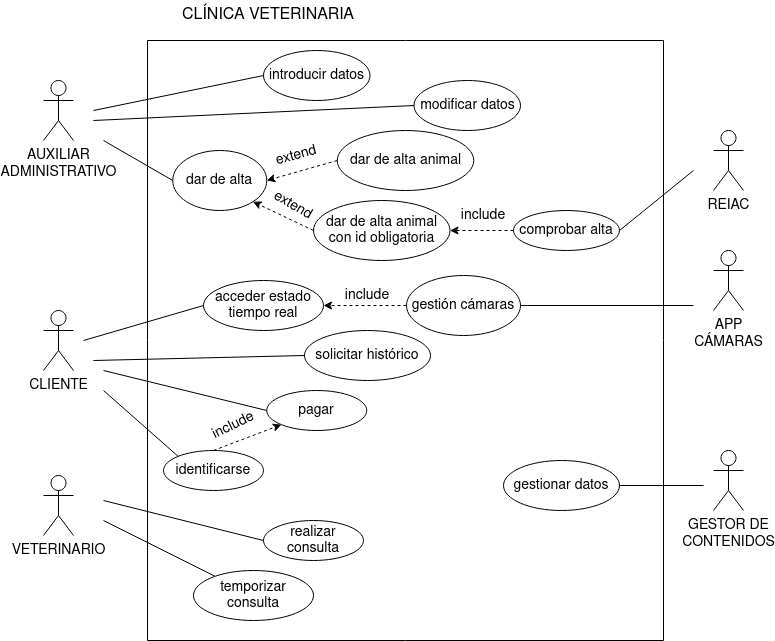
The draw.io diagram diagramas-cu/tarea1/diagramas_cu1.png in javigh193/ets, before a commit. Source tidied: cells renumbered, new cells last; positions are measured from the earlier drawing's top-left corner, leaving out a move shared by most shapes. The source it was exported from:
```xml
<mxGraphModel background="#FFFFFF">
  <root>
    <mxCell id="0" />
    <mxCell id="1" parent="0" />
    <mxCell id="2" value="&lt;div style=&quot;font-size: 14px;&quot;&gt;&lt;font style=&quot;font-size: 14px;&quot;&gt;AUXILIAR&lt;/font&gt;&lt;/div&gt;&lt;div style=&quot;font-size: 14px;&quot;&gt;&lt;font style=&quot;font-size: 14px;&quot;&gt;ADMINISTRATIVO&lt;br&gt;&lt;/font&gt;&lt;/div&gt;" style="shape=umlActor;verticalLabelPosition=bottom;verticalAlign=top;html=1;" parent="1" vertex="1">
      <mxGeometry y="80" width="30" height="60" as="geometry" />
    </mxCell>
    <mxCell id="3" value="VETERINARIO" style="shape=umlActor;verticalLabelPosition=bottom;verticalAlign=top;html=1;fontSize=14;" parent="1" vertex="1">
      <mxGeometry y="475" width="30" height="60" as="geometry" />
    </mxCell>
    <mxCell id="4" value="CLIENTE" style="shape=umlActor;verticalLabelPosition=bottom;verticalAlign=top;html=1;fontSize=14;" parent="1" vertex="1">
      <mxGeometry y="310" width="30" height="60" as="geometry" />
    </mxCell>
    <mxCell id="5" value="&lt;div style=&quot;font-size: 14px;&quot;&gt;GESTOR DE &lt;br style=&quot;font-size: 14px;&quot;&gt;&lt;/div&gt;&lt;div style=&quot;font-size: 14px;&quot;&gt;CONTENIDOS&lt;/div&gt;" style="shape=umlActor;verticalLabelPosition=bottom;verticalAlign=top;html=1;fontSize=14;" parent="1" vertex="1">
      <mxGeometry x="670" y="450" width="30" height="60" as="geometry" />
    </mxCell>
    <mxCell id="6" value="REIAC" style="shape=umlActor;verticalLabelPosition=bottom;verticalAlign=top;html=1;fontSize=14;" parent="1" vertex="1">
      <mxGeometry x="670" y="130" width="30" height="60" as="geometry" />
    </mxCell>
    <mxCell id="7" value="&lt;div style=&quot;font-size: 14px;&quot;&gt;APP &lt;br style=&quot;font-size: 14px;&quot;&gt;&lt;/div&gt;&lt;div style=&quot;font-size: 14px;&quot;&gt;CÁMARAS&lt;/div&gt;" style="shape=umlActor;verticalLabelPosition=bottom;verticalAlign=top;html=1;fontSize=14;" parent="1" vertex="1">
      <mxGeometry x="670" y="250" width="30" height="60" as="geometry" />
    </mxCell>
    <mxCell id="8" value="CLÍNICA VETERINARIA" style="text;html=1;strokeColor=none;fillColor=none;align=center;verticalAlign=middle;whiteSpace=wrap;rounded=0;fontSize=16;" parent="1" vertex="1">
      <mxGeometry x="130" width="190" height="30" as="geometry" />
    </mxCell>
    <mxCell id="9" style="swimlane;startSize=0;fontSize=14;" parent="1" vertex="1">
      <mxGeometry x="104" y="40" width="516" height="600" as="geometry" />
    </mxCell>
    <mxCell id="10" value="introducir datos" style="ellipse;whiteSpace=wrap;html=1;align=center;fontSize=14;" parent="9" vertex="1">
      <mxGeometry x="116" y="10" width="106.5" height="50" as="geometry" />
    </mxCell>
    <mxCell id="11" value="modificar datos" style="ellipse;whiteSpace=wrap;html=1;align=center;fontSize=14;" parent="9" vertex="1">
      <mxGeometry x="266.5" y="40" width="106.5" height="50" as="geometry" />
    </mxCell>
    <mxCell id="12" value="gestionar datos" style="ellipse;whiteSpace=wrap;html=1;align=center;fontSize=14;" parent="9" vertex="1">
      <mxGeometry x="356" y="420" width="116" height="50" as="geometry" />
    </mxCell>
    <mxCell id="13" value="temporizar consulta" style="ellipse;whiteSpace=wrap;html=1;align=center;fontSize=14;" parent="9" vertex="1">
      <mxGeometry x="46" y="530" width="120" height="50" as="geometry" />
    </mxCell>
    <mxCell id="14" value="dar de alta " style="ellipse;whiteSpace=wrap;html=1;align=center;fontSize=14;" parent="9" vertex="1">
      <mxGeometry x="25.2" y="110" width="94" height="60" as="geometry" />
    </mxCell>
    <mxCell id="15" style="edgeStyle=orthogonalEdgeStyle;rounded=0;jettySize=auto;html=1;fontSize=14;dashed=1;" parent="9" edge="1" source="16" target="17">
      <mxGeometry relative="1" as="geometry" />
    </mxCell>
    <mxCell id="16" value="comprobar alta " style="ellipse;whiteSpace=wrap;html=1;align=center;fontSize=14;" parent="9" vertex="1">
      <mxGeometry x="366" y="170" width="106" height="40" as="geometry" />
    </mxCell>
    <mxCell id="17" value="&lt;div&gt;dar de alta animal con id obligatoria&lt;br&gt;&lt;/div&gt;" style="ellipse;whiteSpace=wrap;html=1;align=center;fontSize=14;" parent="9" vertex="1">
      <mxGeometry x="166" y="160" width="136.5" height="60" as="geometry" />
    </mxCell>
    <mxCell id="18" value="acceder estado tiempo real" style="ellipse;whiteSpace=wrap;html=1;align=center;fontSize=14;" parent="9" vertex="1">
      <mxGeometry x="56" y="240" width="120" height="50" as="geometry" />
    </mxCell>
    <mxCell id="19" value="include" style="text;html=1;strokeColor=none;fillColor=none;align=center;verticalAlign=middle;whiteSpace=wrap;rounded=0;fontSize=14;" parent="9" vertex="1">
      <mxGeometry x="306" y="160" width="60" height="30" as="geometry" />
    </mxCell>
    <mxCell id="20" value="pagar" style="ellipse;whiteSpace=wrap;html=1;align=center;fontSize=14;" parent="9" vertex="1">
      <mxGeometry x="119.2" y="350" width="100" height="40" as="geometry" />
    </mxCell>
    <mxCell id="21" value="realizar consulta" style="ellipse;whiteSpace=wrap;html=1;align=center;fontSize=14;" parent="9" vertex="1">
      <mxGeometry x="116" y="480" width="100" height="40" as="geometry" />
    </mxCell>
    <mxCell id="22" value="solicitar histórico" style="ellipse;whiteSpace=wrap;html=1;align=center;fontSize=14;" parent="9" vertex="1">
      <mxGeometry x="157" y="290" width="126" height="50" as="geometry" />
    </mxCell>
    <mxCell id="23" style="edgeStyle=orthogonalEdgeStyle;rounded=0;jettySize=auto;html=1;entryX=1;entryY=0.5;entryDx=0;entryDy=0;fontSize=14;dashed=1;" parent="9" edge="1" source="24" target="18">
      <mxGeometry relative="1" as="geometry" />
    </mxCell>
    <mxCell id="24" value="gestión cámaras" style="ellipse;whiteSpace=wrap;html=1;align=center;fontSize=14;" parent="9" vertex="1">
      <mxGeometry x="259" y="235" width="114" height="60" as="geometry" />
    </mxCell>
    <mxCell id="25" value="include" style="text;html=1;strokeColor=none;fillColor=none;align=center;verticalAlign=middle;whiteSpace=wrap;rounded=0;fontSize=14;" parent="9" vertex="1">
      <mxGeometry x="190" y="240" width="60" height="30" as="geometry" />
    </mxCell>
    <mxCell id="26" value="identificarse " style="ellipse;whiteSpace=wrap;html=1;align=center;fontSize=14;" parent="9" vertex="1">
      <mxGeometry x="16" y="410" width="100" height="40" as="geometry" />
    </mxCell>
    <mxCell id="27" style="endArrow=classic;html=1;rounded=0;fontSize=14;exitX=0.5;exitY=0;exitDx=0;exitDy=0;entryX=0;entryY=1;entryDx=0;entryDy=0;dashed=1;" parent="9" edge="1" source="26" target="20">
      <mxGeometry relative="1" as="geometry" />
    </mxCell>
    <mxCell id="28" value="include" style="text;html=1;strokeColor=none;fillColor=none;align=center;verticalAlign=middle;whiteSpace=wrap;rounded=0;fontSize=14;rotation=-26;" parent="9" vertex="1">
      <mxGeometry x="56" y="370" width="60" height="30" as="geometry" />
    </mxCell>
    <mxCell id="29" value="dar de alta animal" style="ellipse;whiteSpace=wrap;html=1;align=center;fontSize=14;" parent="9" vertex="1">
      <mxGeometry x="189.8" y="90" width="136.5" height="60" as="geometry" />
    </mxCell>
    <mxCell id="30" style="endArrow=classic;html=1;rounded=0;fontSize=14;exitX=0;exitY=0.5;exitDx=0;exitDy=0;entryX=1;entryY=0.5;entryDx=0;entryDy=0;dashed=1;" parent="9" edge="1" source="29" target="14">
      <mxGeometry relative="1" as="geometry" />
    </mxCell>
    <mxCell id="31" style="endArrow=classic;html=1;rounded=0;fontSize=14;exitX=0;exitY=0.5;exitDx=0;exitDy=0;entryX=1;entryY=1;entryDx=0;entryDy=0;dashed=1;" parent="9" edge="1" source="17" target="14">
      <mxGeometry relative="1" as="geometry" />
    </mxCell>
    <mxCell id="32" value="extend" style="text;html=1;strokeColor=none;fillColor=none;align=center;verticalAlign=middle;whiteSpace=wrap;rounded=0;fontSize=14;rotation=-15;" parent="9" vertex="1">
      <mxGeometry x="119.2" y="100" width="60" height="30" as="geometry" />
    </mxCell>
    <mxCell id="33" value="extend" style="text;html=1;strokeColor=none;fillColor=none;align=center;verticalAlign=middle;whiteSpace=wrap;rounded=0;fontSize=14;rotation=30;" parent="9" vertex="1">
      <mxGeometry x="116" y="150" width="60" height="30" as="geometry" />
    </mxCell>
    <mxCell id="34" style="endArrow=none;html=1;rounded=0;fontSize=14;entryX=0;entryY=0.5;entryDx=0;entryDy=0;" parent="1" edge="1" target="10">
      <mxGeometry relative="1" as="geometry">
        <mxPoint x="50" y="110" as="sourcePoint" />
      </mxGeometry>
    </mxCell>
    <mxCell id="35" style="endArrow=none;html=1;rounded=0;fontSize=14;entryX=0;entryY=0.5;entryDx=0;entryDy=0;" parent="1" edge="1" target="11">
      <mxGeometry relative="1" as="geometry">
        <mxPoint x="50" y="120" as="sourcePoint" />
      </mxGeometry>
    </mxCell>
    <mxCell id="36" style="endArrow=none;html=1;rounded=0;fontSize=14;entryX=0;entryY=0.5;entryDx=0;entryDy=0;" parent="1" edge="1" target="14">
      <mxGeometry relative="1" as="geometry">
        <mxPoint x="60" y="140" as="sourcePoint" />
      </mxGeometry>
    </mxCell>
    <mxCell id="37" style="endArrow=none;html=1;rounded=0;fontSize=14;entryX=1;entryY=0.5;entryDx=0;entryDy=0;" parent="1" edge="1" target="16">
      <mxGeometry relative="1" as="geometry">
        <mxPoint x="650" y="170" as="sourcePoint" />
      </mxGeometry>
    </mxCell>
    <mxCell id="38" style="endArrow=none;html=1;rounded=0;fontSize=14;exitX=0;exitY=0.5;exitDx=0;exitDy=0;" parent="1" edge="1" source="21">
      <mxGeometry relative="1" as="geometry">
        <mxPoint x="60" y="500" as="targetPoint" />
      </mxGeometry>
    </mxCell>
    <mxCell id="39" style="endArrow=none;html=1;rounded=0;fontSize=14;" parent="1" edge="1" target="13">
      <mxGeometry relative="1" as="geometry">
        <mxPoint x="60" y="520" as="sourcePoint" />
      </mxGeometry>
    </mxCell>
    <mxCell id="40" style="endArrow=none;html=1;rounded=0;fontSize=14;entryX=0;entryY=0.5;entryDx=0;entryDy=0;" parent="1" edge="1" target="18">
      <mxGeometry relative="1" as="geometry">
        <mxPoint x="40" y="340" as="sourcePoint" />
      </mxGeometry>
    </mxCell>
    <mxCell id="41" style="endArrow=none;html=1;rounded=0;fontSize=14;exitX=0;exitY=0.5;exitDx=0;exitDy=0;" parent="1" edge="1" source="22">
      <mxGeometry relative="1" as="geometry">
        <mxPoint x="50" y="360" as="targetPoint" />
      </mxGeometry>
    </mxCell>
    <mxCell id="42" style="endArrow=none;html=1;rounded=0;fontSize=14;entryX=1;entryY=0.5;entryDx=0;entryDy=0;" parent="1" edge="1" target="24">
      <mxGeometry relative="1" as="geometry">
        <mxPoint x="650" y="305" as="sourcePoint" />
      </mxGeometry>
    </mxCell>
    <mxCell id="43" style="endArrow=none;html=1;rounded=0;fontSize=14;exitX=1;exitY=0.5;exitDx=0;exitDy=0;" parent="1" edge="1" source="12">
      <mxGeometry relative="1" as="geometry">
        <mxPoint x="660" y="485" as="targetPoint" />
      </mxGeometry>
    </mxCell>
    <mxCell id="44" style="endArrow=none;html=1;rounded=0;fontSize=14;entryX=0;entryY=0.5;entryDx=0;entryDy=0;" parent="1" edge="1" target="20">
      <mxGeometry relative="1" as="geometry">
        <mxPoint x="60" y="370" as="sourcePoint" />
      </mxGeometry>
    </mxCell>
    <mxCell id="45" style="endArrow=none;html=1;rounded=0;fontSize=14;entryX=0;entryY=0;entryDx=0;entryDy=0;" parent="1" edge="1" target="26">
      <mxGeometry relative="1" as="geometry">
        <mxPoint x="60" y="390" as="sourcePoint" />
      </mxGeometry>
    </mxCell>
  </root>
</mxGraphModel>
```
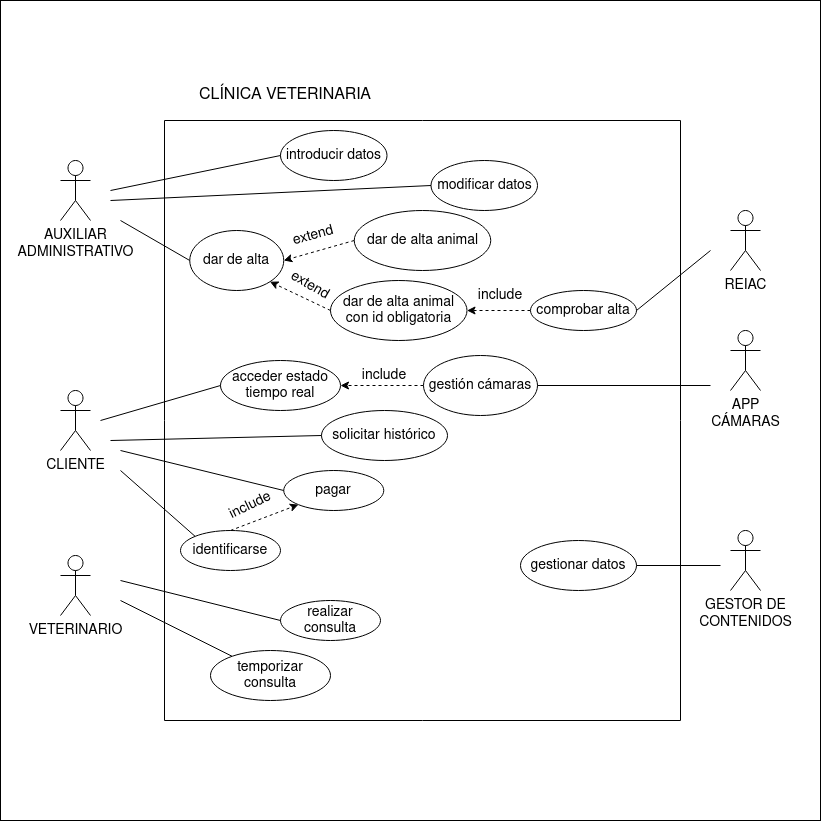
After the commit.

The edit, as a diff of the source:
```diff
@@ -158,5 +158,8 @@
         <mxPoint x="60" y="390" as="sourcePoint" />
       </mxGeometry>
     </mxCell>
+    <mxCell id="46" style="whiteSpace=wrap;html=1;fillColor=none;" parent="1" vertex="1">
+      <mxGeometry x="-60" y="-80" width="820" height="820" as="geometry" />
+    </mxCell>
   </root>
 </mxGraphModel>
```
